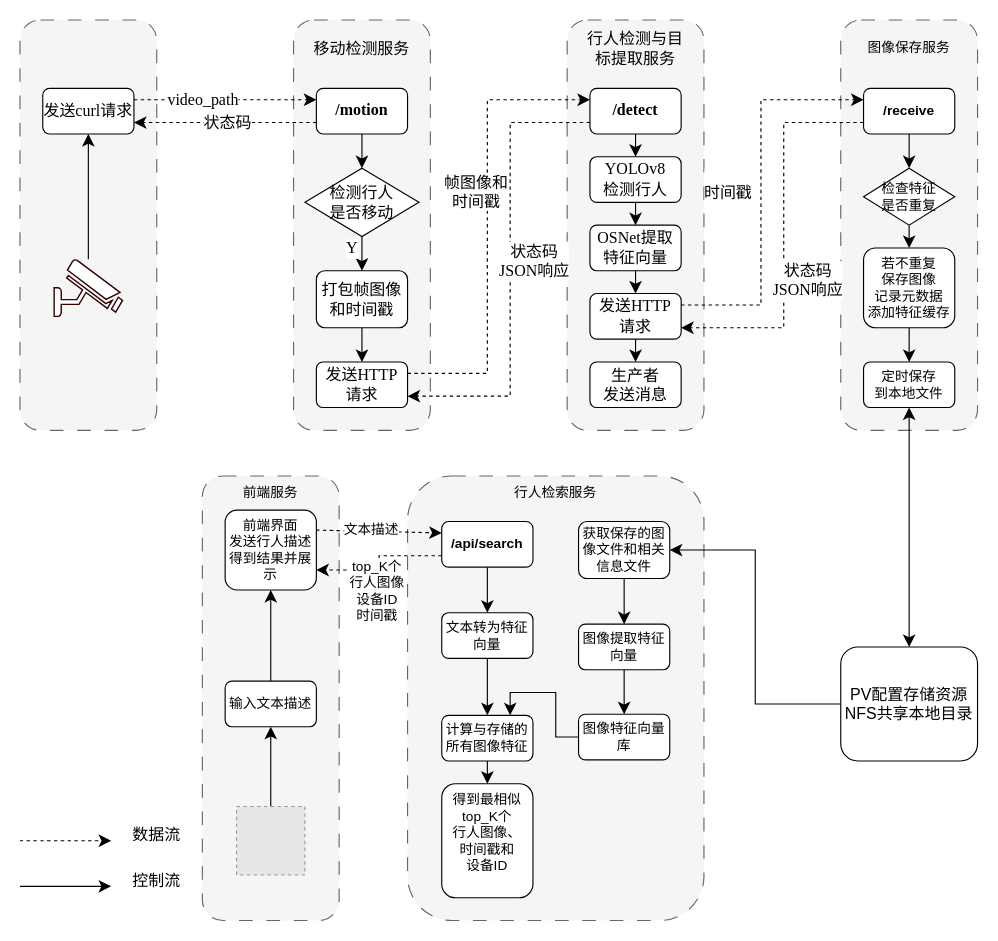
Before: page "系统工作流" (5 of 6) of directory/边缘架构.drawio in lllwwwooo/draw.io, a draw.io diagram. Source tidied: cells renumbered, new cells numbered last; positions are measured from the earlier drawing's top-left corner, leaving out a move shared by most shapes. Both pictures are drawn from the tidied source at 114%, with x=0, y=0 at pixel (19, 19). Pictures stored in the file or linked from it are replaced by grey dashed boxes.
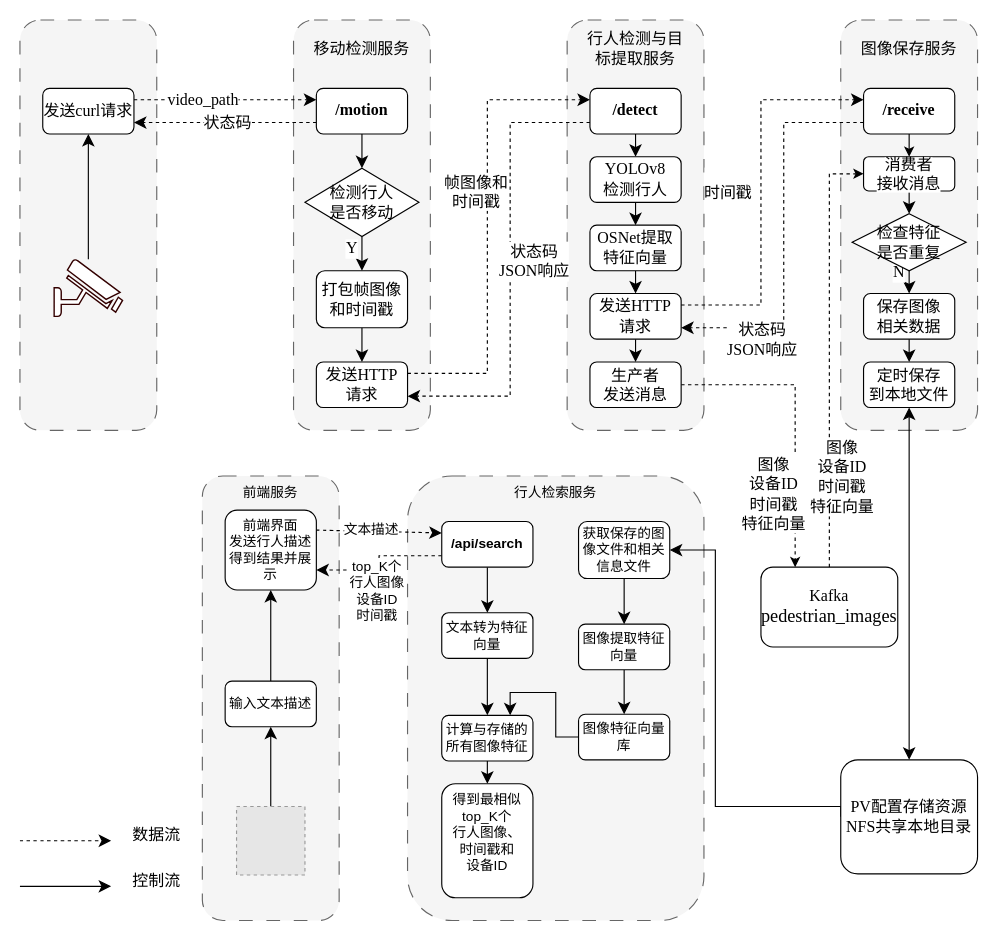
Above is the later version.

Commit message (it also covers changes not shown here):
更新边缘架构.drawio

The change refers to these unchanged cells:
```xml
<mxCell id="42" value="&lt;span style=&quot;text-wrap-mode: nowrap; background-color: rgb(255, 255, 255);&quot;&gt;&lt;font face=&quot;宋体&quot; style=&quot;font-size: 14px;&quot;&gt;生产者&lt;/font&gt;&lt;/span&gt;&lt;div&gt;&lt;span style=&quot;text-wrap-mode: nowrap; background-color: rgb(255, 255, 255);&quot;&gt;&lt;font style=&quot;font-size: 14px;&quot; face=&quot;宋体&quot;&gt;发送消息&lt;/font&gt;&lt;/span&gt;&lt;/div&gt;" style="rounded=1;whiteSpace=wrap;html=1;" parent="1" vertex="1">
  <mxGeometry x="500" y="300" width="80" height="40" as="geometry" />
</mxCell>
<mxCell id="44" style="edgeStyle=elbowEdgeStyle;rounded=0;jettySize=auto;html=1;exitX=0;exitY=0.75;exitDx=0;exitDy=0;entryX=1;entryY=0.75;entryDx=0;entryDy=0;fontSize=12;startSize=8;endSize=8;dashed=1;" parent="1" edge="1" source="46" target="39">
  <mxGeometry relative="1" as="geometry">
    <Array as="points">
      <mxPoint x="670" y="210" />
    </Array>
  </mxGeometry>
</mxCell>
<mxCell id="48" style="edgeStyle=none;curved=1;rounded=0;jettySize=auto;html=1;exitX=0.5;exitY=1;exitDx=0;exitDy=0;entryX=0.5;entryY=0;entryDx=0;entryDy=0;fontSize=12;startSize=8;endSize=8;" parent="1" edge="1" source="53" target="49">
  <mxGeometry relative="1" as="geometry" />
</mxCell>
<mxCell id="68" value="获取保存的图像文件和相关信息文件" style="rounded=1;whiteSpace=wrap;html=1;" parent="1" vertex="1">
  <mxGeometry x="490" y="440" width="80" height="50" as="geometry" />
</mxCell>
```

Change to the diagram source:
```diff
@@
+    <mxCell id="81" style="edgeStyle=orthogonalEdgeStyle;rounded=0;jettySize=auto;html=1;exitX=1;exitY=0.5;exitDx=0;exitDy=0;entryX=0.25;entryY=0;entryDx=0;entryDy=0;dashed=1;" parent="1" edge="1" source="42" target="87">
+      <mxGeometry relative="1" as="geometry" />
+    </mxCell>
+    <mxCell id="82" value="&lt;font face=&quot;宋体&quot; style=&quot;font-size: 14px;&quot;&gt;图像&lt;/font&gt;&lt;div&gt;&lt;font style=&quot;font-size: 14px;&quot; face=&quot;宋体&quot;&gt;设备&lt;/font&gt;&lt;font face=&quot;Times New Roman&quot; style=&quot;font-size: 14px;&quot;&gt;ID&lt;/font&gt;&lt;/div&gt;&lt;div&gt;&lt;font style=&quot;font-size: 14px;&quot; face=&quot;宋体&quot;&gt;时间戳&lt;/font&gt;&lt;/div&gt;&lt;div&gt;&lt;font style=&quot;font-size: 14px;&quot; face=&quot;宋体&quot;&gt;特征向量&lt;/font&gt;&lt;/div&gt;" style="edgeLabel;html=1;align=center;verticalAlign=middle;" parent="81" vertex="1">
+      <mxGeometry x="0.22" y="3" relative="1" as="geometry">
+        <mxPoint x="-23" y="36" as="offset" />
+      </mxGeometry>
+    </mxCell>
@@
-    <mxCell id="43" style="edgeStyle=none;curved=1;rounded=0;jettySize=auto;html=1;exitX=0.5;exitY=1;exitDx=0;exitDy=0;fontSize=12;startSize=8;endSize=8;entryX=0.5;entryY=0;entryDx=0;entryDy=0;" parent="1" edge="1" source="46" target="53">
+    <mxCell id="43" style="edgeStyle=none;curved=1;rounded=0;jettySize=auto;html=1;exitX=0.5;exitY=1;exitDx=0;exitDy=0;fontSize=12;startSize=8;endSize=8;entryX=0.5;entryY=0;entryDx=0;entryDy=0;" parent="1" edge="1" source="88" target="53">
       <mxGeometry relative="1" as="geometry" />
     </mxCell>
@@
     <mxCell id="45" value="&lt;font style=&quot;font-size: 14px;&quot; face=&quot;宋体&quot;&gt;状态码&lt;/font&gt;&lt;div&gt;&lt;font style=&quot;font-size: 14px;&quot; face=&quot;Times New Roman&quot;&gt;JSON&lt;/font&gt;&lt;font style=&quot;font-size: 14px;&quot; face=&quot;宋体&quot;&gt;响应&lt;/font&gt;&lt;/div&gt;" style="edgeLabel;html=1;align=center;verticalAlign=middle;fontSize=12;" parent="44" vertex="1">
       <mxGeometry x="-0.27" y="-1" relative="1" as="geometry">
-        <mxPoint x="21" y="84" as="offset" />
+        <mxPoint x="-19" y="136" as="offset" />
       </mxGeometry>
     </mxCell>
+    <mxCell id="83" style="edgeStyle=orthogonalEdgeStyle;rounded=0;jettySize=auto;html=1;exitX=0.5;exitY=1;exitDx=0;exitDy=0;entryX=0.5;entryY=0;entryDx=0;entryDy=0;" parent="1" edge="1" source="46" target="88">
+      <mxGeometry relative="1" as="geometry" />
+    </mxCell>
-    <mxCell id="46" value="&lt;b&gt;/receive&lt;/b&gt;" style="rounded=1;whiteSpace=wrap;html=1;" parent="1" vertex="1">
+    <mxCell id="46" value="&lt;b&gt;&lt;font style=&quot;font-size: 14px;&quot; face=&quot;Times New Roman&quot;&gt;/receive&lt;/font&gt;&lt;/b&gt;" style="rounded=1;whiteSpace=wrap;html=1;" parent="1" vertex="1">
       <mxGeometry x="740" y="60" width="80" height="40" as="geometry" />
     </mxCell>
-    <mxCell id="47" value="图像保存服务" style="text;html=1;align=center;verticalAlign=middle;whiteSpace=wrap;rounded=0;" parent="1" vertex="1">
-      <mxGeometry x="740" y="10" width="80" height="30" as="geometry" />
+    <mxCell id="47" value="&lt;font style=&quot;font-size: 14px;&quot; face=&quot;宋体&quot;&gt;图像保存服务&lt;/font&gt;" style="text;html=1;align=center;verticalAlign=middle;whiteSpace=wrap;rounded=0;" parent="1" vertex="1">
+      <mxGeometry x="735" y="10" width="90" height="30" as="geometry" />
     </mxCell>
@@
+    <mxCell id="84" value="&lt;font face=&quot;Times New Roman&quot; style=&quot;font-size: 14px;&quot;&gt;N&lt;/font&gt;" style="edgeLabel;html=1;align=center;verticalAlign=middle;" parent="48" vertex="1">
+      <mxGeometry x="-0.49" y="2" relative="1" as="geometry">
+        <mxPoint x="-12" y="-4" as="offset" />
+      </mxGeometry>
+    </mxCell>
-    <mxCell id="49" value="若不重复&lt;div&gt;保存图像&lt;/div&gt;&lt;div&gt;记录元数据&lt;/div&gt;&lt;div&gt;添加特征缓存&lt;/div&gt;" style="rounded=1;whiteSpace=wrap;html=1;" parent="1" vertex="1">
-      <mxGeometry x="740" y="200" width="80" height="70" as="geometry" />
+    <mxCell id="49" value="&lt;div&gt;&lt;font style=&quot;font-size: 14px;&quot; face=&quot;宋体&quot;&gt;保存图像&lt;/font&gt;&lt;/div&gt;&lt;div&gt;&lt;font style=&quot;font-size: 14px;&quot; face=&quot;宋体&quot;&gt;相关数据&lt;/font&gt;&lt;/div&gt;" style="rounded=1;whiteSpace=wrap;html=1;" parent="1" vertex="1">
+      <mxGeometry x="740" y="240" width="80" height="40" as="geometry" />
     </mxCell>
@@
-    <mxCell id="51" style="edgeStyle=none;curved=1;rounded=0;jettySize=auto;html=1;exitX=0.5;exitY=1;exitDx=0;exitDy=0;entryX=0.5;entryY=0;entryDx=0;entryDy=0;fontSize=12;startSize=8;endSize=8;startArrow=classic;startFill=1;" parent="1" edge="1" source="52" target="70">
-      <mxGeometry relative="1" as="geometry" />
+    <mxCell id="51" style="edgeStyle=orthogonalEdgeStyle;rounded=0;jettySize=auto;html=1;exitX=0.5;exitY=1;exitDx=0;exitDy=0;entryX=0.5;entryY=0;entryDx=0;entryDy=0;fontSize=12;startSize=8;endSize=8;startArrow=classic;startFill=1;" parent="1" edge="1" source="52" target="70">
+      <mxGeometry relative="1" as="geometry">
+        <Array as="points">
+          <mxPoint x="780" y="500" />
+          <mxPoint x="780" y="500" />
+        </Array>
+      </mxGeometry>
     </mxCell>
-    <mxCell id="52" value="&lt;span style=&quot;text-wrap-mode: nowrap; background-color: rgb(255, 255, 255);&quot;&gt;定时保存&lt;/span&gt;&lt;div&gt;&lt;span style=&quot;text-wrap-mode: nowrap; background-color: rgb(255, 255, 255);&quot;&gt;到本地文件&lt;/span&gt;&lt;/div&gt;" style="rounded=1;whiteSpace=wrap;html=1;" parent="1" vertex="1">
+    <mxCell id="52" value="&lt;span style=&quot;text-wrap-mode: nowrap; background-color: rgb(255, 255, 255);&quot;&gt;&lt;font face=&quot;宋体&quot; style=&quot;font-size: 14px;&quot;&gt;定时保存&lt;/font&gt;&lt;/span&gt;&lt;div&gt;&lt;span style=&quot;text-wrap-mode: nowrap; background-color: rgb(255, 255, 255);&quot;&gt;&lt;font style=&quot;font-size: 14px;&quot; face=&quot;宋体&quot;&gt;到本地文件&lt;/font&gt;&lt;/span&gt;&lt;/div&gt;" style="rounded=1;whiteSpace=wrap;html=1;" parent="1" vertex="1">
       <mxGeometry x="740" y="300" width="80" height="40" as="geometry" />
     </mxCell>
-    <mxCell id="53" value="检查特征&lt;div&gt;是否重复&lt;/div&gt;" style="rhombus;whiteSpace=wrap;html=1;" parent="1" vertex="1">
-      <mxGeometry x="740" y="130" width="80" height="50" as="geometry" />
+    <mxCell id="53" value="&lt;font style=&quot;font-size: 14px;&quot; face=&quot;宋体&quot;&gt;检查特征&lt;/font&gt;&lt;div&gt;&lt;font style=&quot;font-size: 14px;&quot; face=&quot;宋体&quot;&gt;是否重复&lt;/font&gt;&lt;/div&gt;" style="rhombus;whiteSpace=wrap;html=1;" parent="1" vertex="1">
+      <mxGeometry x="730" y="170" width="100" height="50" as="geometry" />
     </mxCell>
@@
     <mxCell id="69" style="edgeStyle=orthogonalEdgeStyle;rounded=0;jettySize=auto;html=1;exitX=0;exitY=0.5;exitDx=0;exitDy=0;entryX=1;entryY=0.5;entryDx=0;entryDy=0;fontSize=12;startSize=8;endSize=8;" parent="1" edge="1" source="70" target="68">
-      <mxGeometry relative="1" as="geometry" />
+      <mxGeometry relative="1" as="geometry">
+        <Array as="points">
+          <mxPoint x="610" y="690" />
+          <mxPoint x="610" y="465" />
+        </Array>
+      </mxGeometry>
     </mxCell>
-    <mxCell id="70" value="&lt;div&gt;&lt;font style=&quot;font-size: 14px;&quot;&gt;PV配置存储资源&lt;/font&gt;&lt;/div&gt;&lt;font style=&quot;font-size: 14px;&quot;&gt;NFS&lt;/font&gt;&lt;span style=&quot;font-size: 14px; background-color: transparent; color: light-dark(rgb(0, 0, 0), rgb(255, 255, 255));&quot;&gt;共享本地目录&lt;/span&gt;" style="rounded=1;whiteSpace=wrap;html=1;" parent="1" vertex="1">
-      <mxGeometry x="720" y="550" width="120" height="100" as="geometry" />
+    <mxCell id="70" value="&lt;div&gt;&lt;font face=&quot;Times New Roman&quot; style=&quot;font-size: 14px;&quot;&gt;PV&lt;/font&gt;&lt;font face=&quot;宋体&quot; style=&quot;font-size: 14px;&quot;&gt;配置存储资源&lt;/font&gt;&lt;/div&gt;&lt;font style=&quot;font-size: 14px;&quot;&gt;&lt;font face=&quot;Times New Roman&quot; style=&quot;&quot;&gt;NFS&lt;/font&gt;&lt;span style=&quot;font-family: 宋体; background-color: transparent; color: light-dark(rgb(0, 0, 0), rgb(255, 255, 255));&quot;&gt;共享本地目录&lt;/span&gt;&lt;/font&gt;" style="rounded=1;whiteSpace=wrap;html=1;" parent="1" vertex="1">
+      <mxGeometry x="720" y="649" width="120" height="100" as="geometry" />
     </mxCell>
@@
+    <mxCell id="85" style="edgeStyle=orthogonalEdgeStyle;rounded=0;jettySize=auto;html=1;exitX=0.5;exitY=0;exitDx=0;exitDy=0;entryX=0;entryY=0.5;entryDx=0;entryDy=0;dashed=1;" parent="1" edge="1" source="87" target="88">
+      <mxGeometry relative="1" as="geometry" />
+    </mxCell>
+    <mxCell id="86" value="&lt;font style=&quot;font-size: 14px;&quot; face=&quot;宋体&quot;&gt;图像&lt;/font&gt;&lt;div&gt;&lt;font style=&quot;font-size: 14px;&quot; face=&quot;宋体&quot;&gt;设备&lt;/font&gt;&lt;span style=&quot;font-family: &amp;quot;Times New Roman&amp;quot;; font-size: 14px; background-color: light-dark(#ffffff, var(--ge-dark-color, #121212)); color: light-dark(rgb(0, 0, 0), rgb(255, 255, 255));&quot;&gt;ID&lt;/span&gt;&lt;/div&gt;&lt;div&gt;&lt;font style=&quot;font-size: 14px;&quot; face=&quot;宋体&quot;&gt;时间戳&lt;/font&gt;&lt;/div&gt;&lt;div&gt;&lt;font style=&quot;font-size: 14px;&quot; face=&quot;宋体&quot;&gt;特征向量&lt;/font&gt;&lt;/div&gt;" style="edgeLabel;html=1;align=center;verticalAlign=middle;" parent="85" vertex="1">
+      <mxGeometry x="-0.62" y="3" relative="1" as="geometry">
+        <mxPoint x="13" y="-9" as="offset" />
+      </mxGeometry>
+    </mxCell>
+    <mxCell id="87" value="&lt;div&gt;&lt;font face=&quot;Times New Roman&quot; style=&quot;font-size: 14px;&quot;&gt;Kafka&lt;/font&gt;&lt;/div&gt;&lt;div&gt;&lt;font face=&quot;Times New Roman&quot; size=&quot;3&quot;&gt;pedestrian_images&lt;/font&gt;&lt;/div&gt;" style="rounded=1;whiteSpace=wrap;html=1;" parent="1" vertex="1">
+      <mxGeometry x="650" y="480" width="120" height="70" as="geometry" />
+    </mxCell>
+    <mxCell id="88" value="&lt;span style=&quot;text-wrap-mode: nowrap; background-color: rgb(255, 255, 255);&quot;&gt;&lt;font face=&quot;宋体&quot; style=&quot;font-size: 14px;&quot;&gt;消费者&lt;/font&gt;&lt;/span&gt;&lt;div&gt;&lt;span style=&quot;text-wrap-mode: nowrap; background-color: rgb(255, 255, 255);&quot;&gt;&lt;font style=&quot;font-size: 14px;&quot; face=&quot;宋体&quot;&gt;接收消息&lt;/font&gt;&lt;/span&gt;&lt;/div&gt;" style="rounded=1;whiteSpace=wrap;html=1;" parent="1" vertex="1">
+      <mxGeometry x="740" y="120" width="80" height="30" as="geometry" />
+    </mxCell>
```
